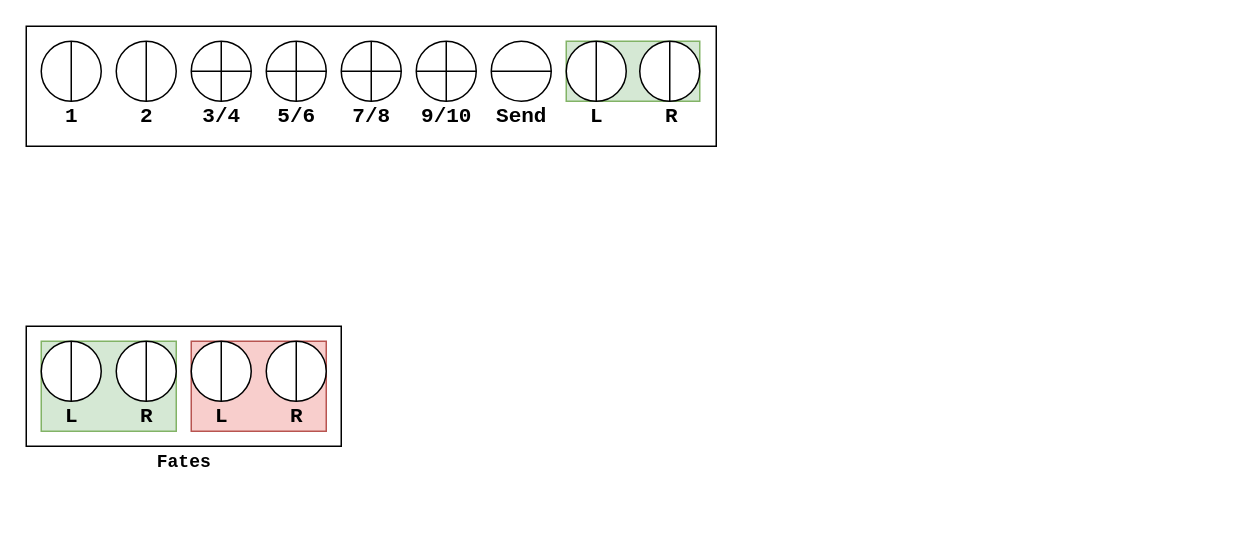
This is mixer.drawio from pfig/transmission, a draw.io file, before an edit. Source tidied: cells renumbered, new cells numbered last; positions are measured from the earlier drawing's top-left corner, leaving out a move shared by most shapes. Both pictures are drawn from the tidied source at 150%, with x=0, y=0 at pixel (26, 26).
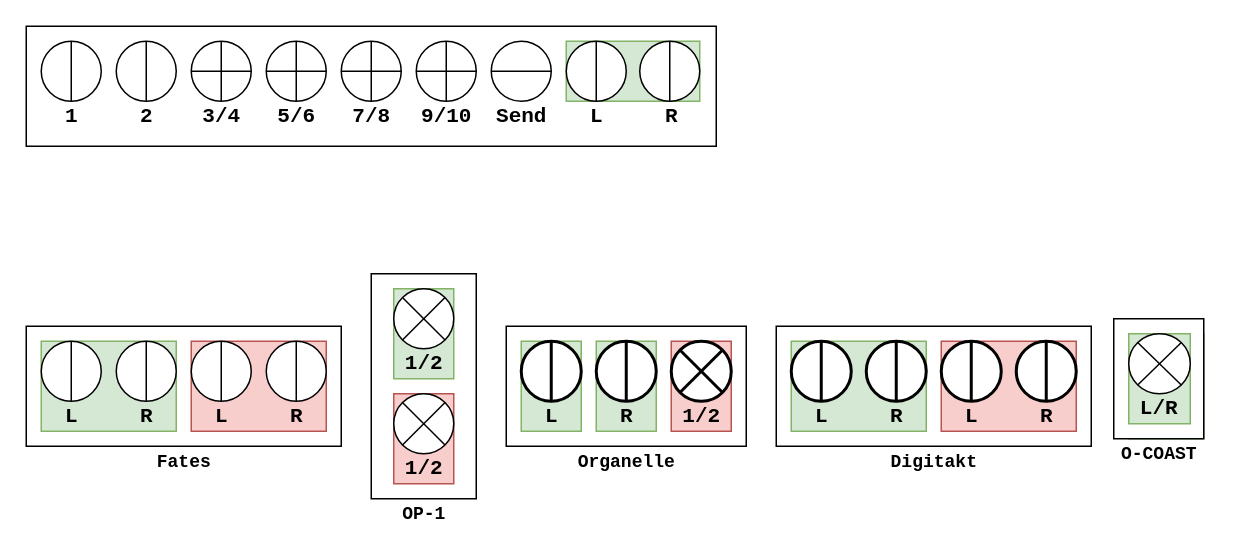
The same diagram, later.

Commit message:
Added OP-1, Organelle, Digitakt, and O-COAST

Diff of the diagram source:
```diff
@@
+    <mxCell id="46" style="group;" parent="1" vertex="1">
+      <mxGeometry x="230" y="165" width="70" height="170" as="geometry" />
+    </mxCell>
+    <mxCell id="47" style="group;" parent="46" vertex="1">
+      <mxGeometry width="70" height="150" as="geometry" />
+    </mxCell>
+    <mxCell id="48" style="whiteSpace=wrap;html=1;fontFamily=Courier New;fontSize=14;" parent="47" vertex="1">
+      <mxGeometry width="70" height="150" as="geometry" />
+    </mxCell>
+    <mxCell id="49" style="group;fillColor=#d5e8d4;strokeColor=#82b366;" parent="47" vertex="1">
+      <mxGeometry x="15" y="10" width="40" height="60" as="geometry" />
+    </mxCell>
+    <mxCell id="50" style="shape=sumEllipse;perimeter=ellipsePerimeter;whiteSpace=wrap;html=1;backgroundOutline=1;fontFamily=Courier New;fontSize=14;" parent="49" vertex="1">
+      <mxGeometry width="40" height="40" as="geometry" />
+    </mxCell>
+    <mxCell id="51" value="&lt;b&gt;1/2&lt;/b&gt;" style="text;html=1;align=center;verticalAlign=middle;fillColor=none;strokeColor=none;rounded=0;fontFamily=Courier New;fontSize=14;" parent="49" vertex="1">
+      <mxGeometry y="40" width="40" height="20" as="geometry" />
+    </mxCell>
+    <mxCell id="52" style="group;fillColor=#f8cecc;strokeColor=#b85450;" parent="47" vertex="1">
+      <mxGeometry x="15" y="80" width="40" height="60" as="geometry" />
+    </mxCell>
+    <mxCell id="53" style="shape=sumEllipse;perimeter=ellipsePerimeter;whiteSpace=wrap;html=1;backgroundOutline=1;fontFamily=Courier New;fontSize=14;" parent="52" vertex="1">
+      <mxGeometry width="40" height="40" as="geometry" />
+    </mxCell>
+    <mxCell id="54" value="&lt;b&gt;1/2&lt;/b&gt;" style="text;html=1;align=center;verticalAlign=middle;fillColor=none;strokeColor=none;rounded=0;fontFamily=Courier New;fontSize=14;" parent="52" vertex="1">
+      <mxGeometry y="40" width="40" height="20" as="geometry" />
+    </mxCell>
+    <mxCell id="55" value="&lt;font style=&quot;font-size: 12px&quot;&gt;&lt;b&gt;OP-1&lt;/b&gt;&lt;/font&gt;" style="text;html=1;align=center;verticalAlign=middle;fillColor=none;strokeColor=none;rounded=0;fontFamily=Courier New;fontSize=14;" parent="46" vertex="1">
+      <mxGeometry x="15" y="150" width="40" height="20" as="geometry" />
+    </mxCell>
+    <mxCell id="56" style="group;" parent="1" vertex="1">
+      <mxGeometry x="320" y="200" width="160" height="100" as="geometry" />
+    </mxCell>
+    <mxCell id="57" style="whiteSpace=wrap;html=1;strokeWidth=1;fontFamily=Courier New;fontSize=14;" parent="56" vertex="1">
+      <mxGeometry width="160" height="80" as="geometry" />
+    </mxCell>
+    <mxCell id="58" style="group;fillColor=#d5e8d4;strokeColor=#82b366;" parent="56" vertex="1">
+      <mxGeometry x="10" y="10" width="40" height="60" as="geometry" />
+    </mxCell>
+    <mxCell id="59" style="shape=lineEllipse;line=vertical;perimeter=ellipsePerimeter;whiteSpace=wrap;html=1;backgroundOutline=1;strokeWidth=2;fontFamily=Courier New;fontSize=14;" parent="58" vertex="1">
+      <mxGeometry width="40" height="40" as="geometry" />
+    </mxCell>
+    <mxCell id="60" value="&lt;b&gt;L&lt;/b&gt;" style="text;html=1;align=center;verticalAlign=middle;fillColor=none;strokeColor=none;rounded=0;fontFamily=Courier New;fontSize=14;" parent="58" vertex="1">
+      <mxGeometry x="10" y="40" width="20" height="20" as="geometry" />
+    </mxCell>
+    <mxCell id="61" style="group;fillColor=#d5e8d4;strokeColor=#82b366;" parent="56" vertex="1">
+      <mxGeometry x="60" y="10" width="40" height="60" as="geometry" />
+    </mxCell>
+    <mxCell id="62" style="shape=lineEllipse;line=vertical;perimeter=ellipsePerimeter;whiteSpace=wrap;html=1;backgroundOutline=1;strokeWidth=2;fontFamily=Courier New;fontSize=14;" parent="61" vertex="1">
+      <mxGeometry width="40" height="40" as="geometry" />
+    </mxCell>
+    <mxCell id="63" value="&lt;b&gt;R&lt;/b&gt;" style="text;html=1;align=center;verticalAlign=middle;fillColor=none;strokeColor=none;rounded=0;fontFamily=Courier New;fontSize=14;" parent="61" vertex="1">
+      <mxGeometry x="10" y="40" width="20" height="20" as="geometry" />
+    </mxCell>
+    <mxCell id="64" style="group;fillColor=#f8cecc;strokeColor=#b85450;" parent="56" vertex="1">
+      <mxGeometry x="110" y="10" width="40" height="60" as="geometry" />
+    </mxCell>
+    <mxCell id="65" style="shape=sumEllipse;perimeter=ellipsePerimeter;whiteSpace=wrap;html=1;backgroundOutline=1;strokeWidth=2;fontFamily=Courier New;fontSize=14;" parent="64" vertex="1">
+      <mxGeometry width="40" height="40" as="geometry" />
+    </mxCell>
+    <mxCell id="66" value="&lt;b&gt;1/2&lt;/b&gt;" style="text;html=1;align=center;verticalAlign=middle;fillColor=none;strokeColor=none;rounded=0;fontFamily=Courier New;fontSize=14;" parent="64" vertex="1">
+      <mxGeometry y="40" width="40" height="20" as="geometry" />
+    </mxCell>
+    <mxCell id="67" value="&lt;font style=&quot;font-size: 12px&quot;&gt;&lt;b&gt;Organelle&lt;/b&gt;&lt;/font&gt;" style="text;html=1;align=center;verticalAlign=middle;fillColor=none;strokeColor=none;rounded=0;fontFamily=Courier New;fontSize=14;" parent="56" vertex="1">
+      <mxGeometry x="40" y="80" width="80" height="20" as="geometry" />
+    </mxCell>
+    <mxCell id="68" style="group;" parent="1" vertex="1">
+      <mxGeometry x="500" y="200" width="210" height="100" as="geometry" />
+    </mxCell>
+    <mxCell id="69" style="whiteSpace=wrap;html=1;fontFamily=Courier New;fontSize=14;" parent="68" vertex="1">
+      <mxGeometry width="210" height="80" as="geometry" />
+    </mxCell>
+    <mxCell id="70" style="group;fillColor=#d5e8d4;strokeColor=#82b366;" parent="68" vertex="1">
+      <mxGeometry x="10" y="10" width="90" height="60" as="geometry" />
+    </mxCell>
+    <mxCell id="71" style="shape=lineEllipse;line=vertical;perimeter=ellipsePerimeter;whiteSpace=wrap;html=1;backgroundOutline=1;strokeWidth=2;" parent="70" vertex="1">
+      <mxGeometry width="40" height="40" as="geometry" />
+    </mxCell>
+    <mxCell id="72" style="shape=lineEllipse;line=vertical;perimeter=ellipsePerimeter;whiteSpace=wrap;html=1;backgroundOutline=1;strokeWidth=2;" parent="70" vertex="1">
+      <mxGeometry x="50" width="40" height="40" as="geometry" />
+    </mxCell>
+    <mxCell id="73" value="L" style="text;html=1;align=center;verticalAlign=middle;fillColor=none;strokeColor=none;rounded=0;fontFamily=Courier New;fontStyle=1;fontSize=14;" parent="70" vertex="1">
+      <mxGeometry x="10" y="40" width="20" height="20" as="geometry" />
+    </mxCell>
+    <mxCell id="74" value="R" style="text;html=1;align=center;verticalAlign=middle;fillColor=none;strokeColor=none;rounded=0;fontFamily=Courier New;fontStyle=1;fontSize=14;" parent="70" vertex="1">
+      <mxGeometry x="60" y="40" width="20" height="20" as="geometry" />
+    </mxCell>
+    <mxCell id="75" style="group;fillColor=#f8cecc;strokeColor=#b85450;" parent="68" vertex="1">
+      <mxGeometry x="110" y="10" width="90" height="60" as="geometry" />
+    </mxCell>
+    <mxCell id="76" style="shape=lineEllipse;line=vertical;perimeter=ellipsePerimeter;whiteSpace=wrap;html=1;backgroundOutline=1;strokeWidth=2;" parent="75" vertex="1">
+      <mxGeometry width="40" height="40" as="geometry" />
+    </mxCell>
+    <mxCell id="77" style="shape=lineEllipse;line=vertical;perimeter=ellipsePerimeter;whiteSpace=wrap;html=1;backgroundOutline=1;strokeWidth=2;" parent="75" vertex="1">
+      <mxGeometry x="50" width="40" height="40" as="geometry" />
+    </mxCell>
+    <mxCell id="78" value="L" style="text;html=1;align=center;verticalAlign=middle;fillColor=none;strokeColor=none;rounded=0;fontFamily=Courier New;fontStyle=1;fontSize=14;" parent="75" vertex="1">
+      <mxGeometry x="10" y="40" width="20" height="20" as="geometry" />
+    </mxCell>
+    <mxCell id="79" value="R" style="text;html=1;align=center;verticalAlign=middle;fillColor=none;strokeColor=none;rounded=0;fontFamily=Courier New;fontStyle=1;fontSize=14;" parent="75" vertex="1">
+      <mxGeometry x="60" y="40" width="20" height="20" as="geometry" />
+    </mxCell>
+    <mxCell id="80" value="&lt;font style=&quot;font-size: 12px&quot;&gt;&lt;b&gt;Digitakt&lt;/b&gt;&lt;/font&gt;" style="text;html=1;align=center;verticalAlign=middle;fillColor=none;strokeColor=none;rounded=0;fontFamily=Courier New;fontSize=14;" parent="68" vertex="1">
+      <mxGeometry x="70" y="80" width="70" height="20" as="geometry" />
+    </mxCell>
+    <mxCell id="81" style="group;" parent="1" vertex="1">
+      <mxGeometry x="720" y="205" width="70" height="90" as="geometry" />
+    </mxCell>
+    <mxCell id="82" style="group;fillColor=#d5e8d4;strokeColor=#82b366;" parent="81" vertex="1">
+      <mxGeometry x="15" width="50" height="70" as="geometry" />
+    </mxCell>
+    <mxCell id="83" style="whiteSpace=wrap;html=1;strokeWidth=1;fontFamily=Courier New;fontSize=14;" parent="82" vertex="1">
+      <mxGeometry x="-10" y="-10" width="60" height="80" as="geometry" />
+    </mxCell>
+    <mxCell id="84" style="group;fillColor=#d5e8d4;strokeColor=#82b366;" parent="82" vertex="1">
+      <mxGeometry width="41" height="60" as="geometry" />
+    </mxCell>
+    <mxCell id="85" style="shape=sumEllipse;perimeter=ellipsePerimeter;whiteSpace=wrap;html=1;backgroundOutline=1;strokeWidth=1;fontFamily=Courier New;fontSize=14;" parent="84" vertex="1">
+      <mxGeometry width="41" height="40" as="geometry" />
+    </mxCell>
+    <mxCell id="86" value="&lt;b&gt;L/R&lt;/b&gt;" style="text;html=1;align=center;verticalAlign=middle;fillColor=none;strokeColor=none;rounded=0;fontFamily=Courier New;fontSize=14;" parent="84" vertex="1">
+      <mxGeometry y="40" width="40" height="20" as="geometry" />
+    </mxCell>
+    <mxCell id="87" value="&lt;font style=&quot;font-size: 12px&quot;&gt;&lt;b&gt;O-COAST&lt;/b&gt;&lt;/font&gt;" style="text;html=1;align=center;verticalAlign=middle;fillColor=none;strokeColor=none;rounded=0;fontFamily=Courier New;fontSize=14;" parent="81" vertex="1">
+      <mxGeometry y="70" width="70" height="20" as="geometry" />
+    </mxCell>
```
